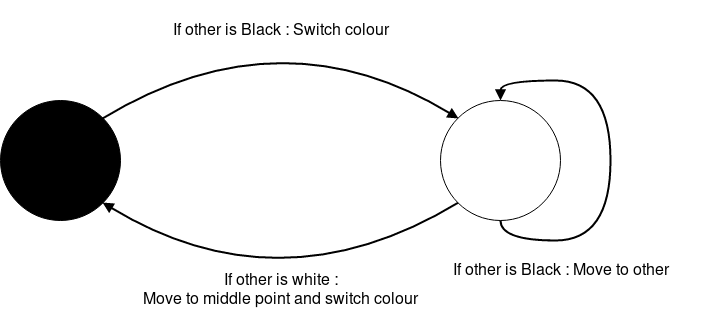
Above: png/Algorithm.png in UberPanda/ProofGraphs (draw.io), before the change. Source tidied: cells renumbered, new cells last; positions are measured from the earlier drawing's top-left corner, leaving out a move shared by most shapes.
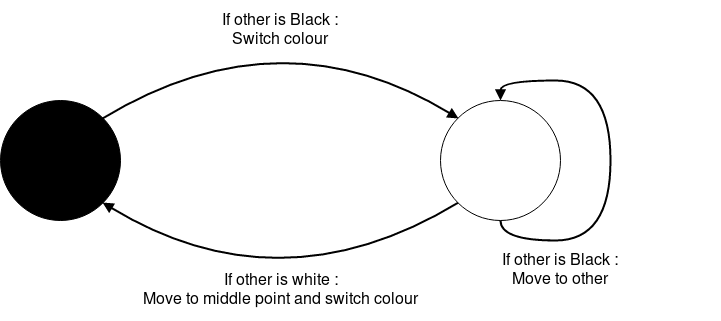
The same diagram one commit later.

The edit, as a diff of the source:
```diff
@@ -35,10 +35,10 @@
     <mxCell id="7" value="If other is white : &lt;br&gt;Move to middle point and switch colour&lt;br&gt;" style="text;html=1;strokeColor=none;fillColor=none;align=center;verticalAlign=middle;whiteSpace=wrap;shadow=0;fontSize=16;" parent="1" vertex="1">
       <mxGeometry x="120" y="260" width="320" height="60" as="geometry" />
     </mxCell>
-    <mxCell id="8" value="If other is Black : Switch colour" style="text;html=1;strokeColor=none;fillColor=none;align=center;verticalAlign=middle;whiteSpace=wrap;shadow=0;fontSize=16;" parent="1" vertex="1">
+    <mxCell id="8" value="If other is Black : &lt;br&gt;Switch colour" style="text;html=1;strokeColor=none;fillColor=none;align=center;verticalAlign=middle;whiteSpace=wrap;shadow=0;fontSize=16;" parent="1" vertex="1">
       <mxGeometry x="120" width="320" height="60" as="geometry" />
     </mxCell>
-    <mxCell id="9" value="If other is Black : Move to other" style="text;html=1;strokeColor=none;fillColor=none;align=center;verticalAlign=middle;whiteSpace=wrap;shadow=0;fontSize=16;" parent="1" vertex="1">
+    <mxCell id="9" value="If other is Black : &lt;br&gt;Move to other" style="text;html=1;strokeColor=none;fillColor=none;align=center;verticalAlign=middle;whiteSpace=wrap;shadow=0;fontSize=16;" parent="1" vertex="1">
       <mxGeometry x="400" y="240" width="320" height="60" as="geometry" />
     </mxCell>
   </root>
```
